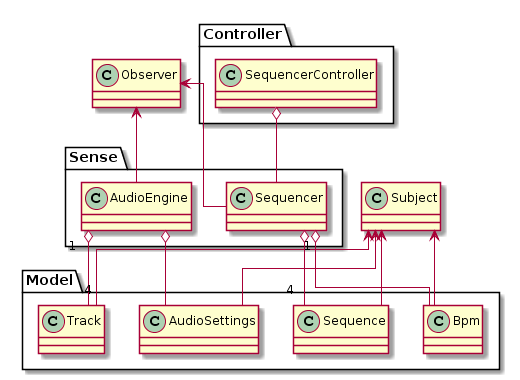
Earlier version of the PlantUML export docs/class-diagram.png (renaudfv/teensy-push-mlr). Source of this version:
```plantuml
@startuml

skinparam linetype ortho

class Observer {
}

class Subject {
}

package Model {

class AudioSettings {
}
class Track {
}
class Bpm {
}
class Sequence {
}

}

package Controller {

class SequencerController {
}

}

package Sense {

class AudioEngine {
}
class Sequencer {
}

}

AudioSettings -up-> Subject
Track -up-> Subject
Bpm -up-> Subject
Sequence -up-> Subject

AudioEngine -up-> Observer
Sequencer -up-> Observer

Sequencer "1" o-down- "4" Sequence
Sequencer o-down- Bpm

AudioEngine o- AudioSettings
AudioEngine "1" o- "4" Track

SequencerController o-down- Sequencer
@enduml
```
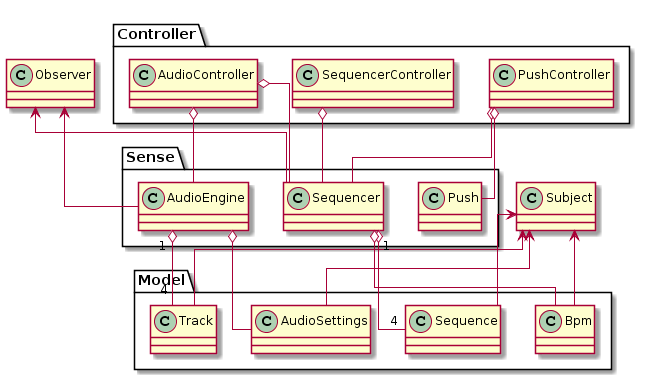
After the commit.

The edit, as a diff of the source:
```diff
@@ -25,6 +25,10 @@
 
 class SequencerController {
 }
+class AudioController {
+}
+class PushController {
+}
 
 }
 
@@ -33,6 +37,8 @@
 class AudioEngine {
 }
 class Sequencer {
+}
+class Push {
 }
 
 }
@@ -52,4 +58,10 @@
 AudioEngine "1" o- "4" Track
 
 SequencerController o-down- Sequencer
+
+AudioController o-down- Sequencer
+AudioController o-down- AudioEngine
+
+PushController o-down- Sequencer
+PushController o-down- Push
 @enduml
```
